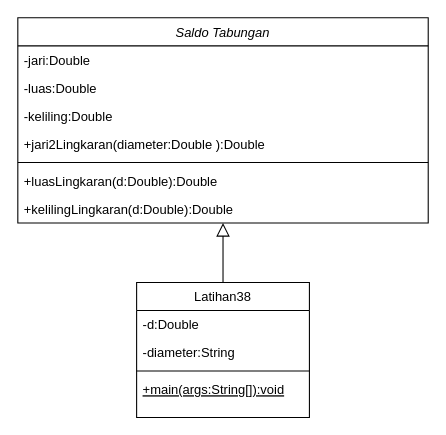
Above: Latihan38.drawio in muhammadfauzanfadhlulbarr/PBO10K-10119176-Latihan-38-Perhitungan-Lingkaran (draw.io), before the change. Source tidied: cells renumbered, new cells numbered last; positions are measured from the earlier drawing's top-left corner, leaving out a move shared by most shapes. Both pictures are drawn from the tidied source at 108%, with x=0, y=0 at pixel (17, 17).
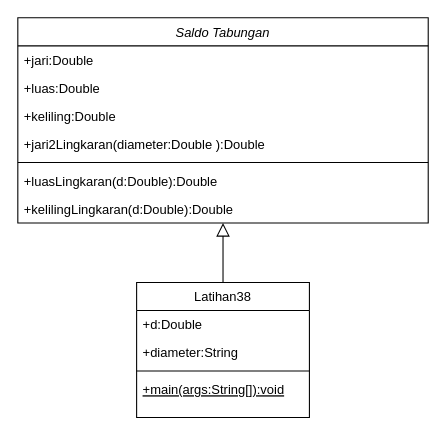
The same diagram, later.

The edit, as a diff of the source:
```diff
@@
 <mxGraphModel>
   <root>
     <mxCell id="0" />
     <mxCell id="1" parent="0" />
     <mxCell id="2" value="Saldo Tabungan" style="swimlane;fontStyle=2;align=center;verticalAlign=top;horizontal=1;startSize=26;rounded=0;shadow=0;strokeWidth=1;" parent="1" vertex="1">
       <mxGeometry width="380" height="190" as="geometry" />
     </mxCell>
-    <mxCell id="3" value="-jari:Double" style="text;align=left;verticalAlign=top;spacingLeft=4;spacingRight=4;overflow=hidden;" parent="2" vertex="1">
+    <mxCell id="3" value="+jari:Double" style="text;align=left;verticalAlign=top;spacingLeft=4;spacingRight=4;overflow=hidden;" parent="2" vertex="1">
       <mxGeometry y="26" width="380" height="26" as="geometry" />
     </mxCell>
-    <mxCell id="4" value="-luas:Double" style="text;align=left;verticalAlign=top;spacingLeft=4;spacingRight=4;overflow=hidden;" parent="2" vertex="1">
+    <mxCell id="4" value="+luas:Double" style="text;align=left;verticalAlign=top;spacingLeft=4;spacingRight=4;overflow=hidden;" parent="2" vertex="1">
       <mxGeometry y="52" width="380" height="26" as="geometry" />
     </mxCell>
-    <mxCell id="5" value="-keliling:Double" style="text;align=left;verticalAlign=top;spacingLeft=4;spacingRight=4;overflow=hidden;" parent="2" vertex="1">
+    <mxCell id="5" value="+keliling:Double" style="text;align=left;verticalAlign=top;spacingLeft=4;spacingRight=4;overflow=hidden;" parent="2" vertex="1">
       <mxGeometry y="78" width="380" height="26" as="geometry" />
     </mxCell>
     <mxCell id="6" value="+jari2Lingkaran(diameter:Double ):Double" style="text;align=left;verticalAlign=top;spacingLeft=4;spacingRight=4;overflow=hidden;" parent="2" vertex="1">
       <mxGeometry y="104" width="380" height="26" as="geometry" />
     </mxCell>
     <mxCell id="7" style="line;html=1;strokeWidth=1;align=left;verticalAlign=middle;spacingTop=-1;spacingLeft=3;spacingRight=3;labelPosition=right;" parent="2" vertex="1">
       <mxGeometry y="130" width="380" height="8" as="geometry" />
     </mxCell>
     <mxCell id="8" value="+luasLingkaran(d:Double):Double" style="text;align=left;verticalAlign=top;spacingLeft=4;spacingRight=4;overflow=hidden;" parent="2" vertex="1">
       <mxGeometry y="138" width="380" height="26" as="geometry" />
     </mxCell>
     <mxCell id="9" value="+kelilingLingkaran(d:Double):Double" style="text;align=left;verticalAlign=top;spacingLeft=4;spacingRight=4;overflow=hidden;" parent="2" vertex="1">
       <mxGeometry y="164" width="380" height="26" as="geometry" />
     </mxCell>
     <mxCell id="10" value="Latihan38" style="swimlane;fontStyle=0;align=center;verticalAlign=top;horizontal=1;startSize=26;rounded=0;shadow=0;strokeWidth=1;" parent="1" vertex="1">
       <mxGeometry x="110" y="245" width="160" height="125" as="geometry" />
     </mxCell>
-    <mxCell id="11" value="-d:Double" style="text;align=left;verticalAlign=top;spacingLeft=4;spacingRight=4;overflow=hidden;" parent="10" vertex="1">
+    <mxCell id="11" value="+d:Double" style="text;align=left;verticalAlign=top;spacingLeft=4;spacingRight=4;overflow=hidden;" parent="10" vertex="1">
       <mxGeometry y="26" width="160" height="26" as="geometry" />
     </mxCell>
-    <mxCell id="12" value="-diameter:String" style="text;align=left;verticalAlign=top;spacingLeft=4;spacingRight=4;overflow=hidden;rounded=0;shadow=0;html=0;" parent="10" vertex="1">
+    <mxCell id="12" value="+diameter:String" style="text;align=left;verticalAlign=top;spacingLeft=4;spacingRight=4;overflow=hidden;rounded=0;shadow=0;html=0;" parent="10" vertex="1">
       <mxGeometry y="52" width="160" height="26" as="geometry" />
     </mxCell>
     <mxCell id="13" style="line;html=1;strokeWidth=1;align=left;verticalAlign=middle;spacingTop=-1;spacingLeft=3;spacingRight=3;labelPosition=right;" parent="10" vertex="1">
       <mxGeometry y="78" width="160" height="8" as="geometry" />
     </mxCell>
     <mxCell id="14" value="+main(args:String[]):void" style="text;align=left;verticalAlign=top;spacingLeft=4;spacingRight=4;overflow=hidden;fontStyle=4;" parent="10" vertex="1">
       <mxGeometry y="86" width="160" height="18" as="geometry" />
     </mxCell>
     <mxCell id="15" style="endArrow=block;endSize=10;endFill=0;shadow=0;strokeWidth=1;rounded=0;edgeStyle=elbowEdgeStyle;elbow=vertical;" parent="1" edge="1" source="10" target="2">
       <mxGeometry relative="1" as="geometry" />
     </mxCell>
   </root>
 </mxGraphModel>
```
